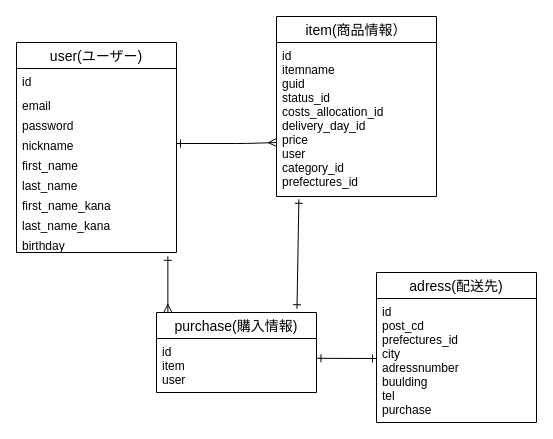
This is database.dio from kmksrzw/furima-38586, a draw.io file, before an edit. Source tidied: cells renumbered, new cells numbered last; positions are measured from the earlier drawing's top-left corner, leaving out a move shared by most shapes. Both pictures are drawn from the tidied source at 100%, with x=0, y=0 at pixel (16, 16).
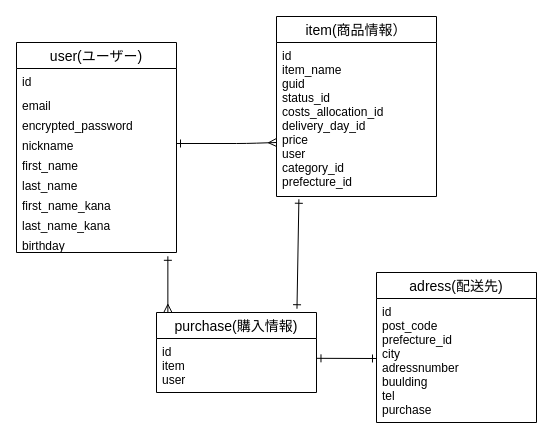
Above is the later version.

Unchanged cells that the change refers to:
```xml
<mxCell id="2" value="item(商品情報）" style="swimlane;fontStyle=0;horizontal=1;startSize=26;align=center;fontSize=14;" parent="1" vertex="1">
  <mxGeometry x="260" width="160" height="180" as="geometry" />
</mxCell>
<mxCell id="4" value="user(ユーザー)" style="swimlane;fontStyle=0;horizontal=1;startSize=26;align=center;fontSize=14;" parent="1" vertex="1">
  <mxGeometry y="26" width="160" height="210" as="geometry" />
</mxCell>
<mxCell id="17" value="adress(配送先)" style="swimlane;fontStyle=0;horizontal=1;startSize=26;align=center;fontSize=14;" parent="1" vertex="1">
  <mxGeometry x="360" y="256" width="160" height="150" as="geometry" />
</mxCell>
```

The edit, as a diff of the source:
```diff
@@
-    <mxCell id="3" value="id&#10;itemname&#10;guid&#10;status_id&#10;costs_allocation_id&#10;delivery_day_id&#10;price&#10;user&#10;category_id&#10;prefectures_id" style="text;strokeColor=none;fillColor=none;spacingLeft=4;spacingRight=4;overflow=hidden;points=[[0,0.5],[1,0.5]];portConstraint=eastwest;fontSize=12;" parent="2" vertex="1">
+    <mxCell id="3" value="id&#10;item_name&#10;guid&#10;status_id&#10;costs_allocation_id&#10;delivery_day_id&#10;price&#10;user&#10;category_id&#10;prefecture_id" style="text;strokeColor=none;fillColor=none;spacingLeft=4;spacingRight=4;overflow=hidden;points=[[0,0.5],[1,0.5]];portConstraint=eastwest;fontSize=12;" parent="2" vertex="1">
       <mxGeometry y="26" width="160" height="154" as="geometry" />
     </mxCell>
@@
-    <mxCell id="7" value="password" style="text;strokeColor=none;fillColor=none;spacingLeft=4;spacingRight=4;overflow=hidden;fontSize=12;" parent="4" vertex="1">
+    <mxCell id="7" value="encrypted_password" style="text;strokeColor=none;fillColor=none;spacingLeft=4;spacingRight=4;overflow=hidden;fontSize=12;" parent="4" vertex="1">
       <mxGeometry y="70" width="160" height="20" as="geometry" />
     </mxCell>
@@
-    <mxCell id="18" value="id&#10;post_cd&#10;prefectures_id&#10;city&#10;adressnumber&#10;buulding&#10;tel&#10;purchase" style="text;strokeColor=none;fillColor=none;spacingLeft=4;spacingRight=4;overflow=hidden;fontSize=12;" parent="17" vertex="1">
+    <mxCell id="18" value="id&#10;post_code&#10;prefecture_id&#10;city&#10;adressnumber&#10;buulding&#10;tel&#10;purchase" style="text;strokeColor=none;fillColor=none;spacingLeft=4;spacingRight=4;overflow=hidden;fontSize=12;" parent="17" vertex="1">
       <mxGeometry y="26" width="160" height="124" as="geometry" />
     </mxCell>
```
